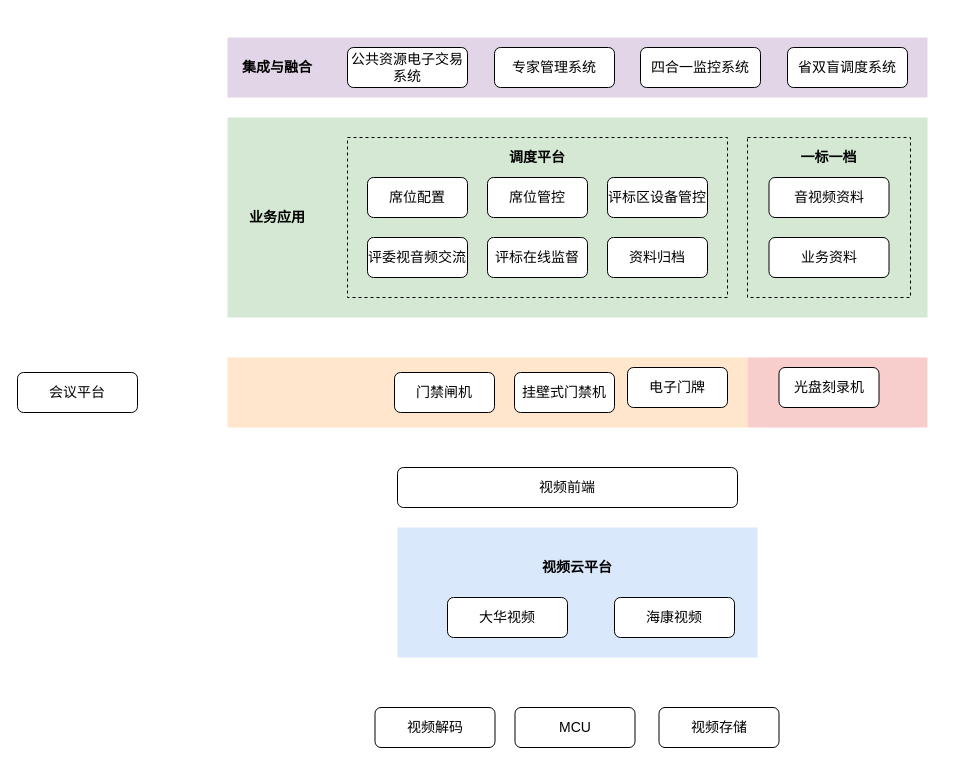
Above: 调度系统架构图.drawio in JaceLu/Docs (draw.io), before the change. Source tidied: cells renumbered, new cells numbered last; positions are measured from the earlier drawing's top-left corner, leaving out a move shared by most shapes. Both pictures are drawn from the tidied source at 100%, with x=0, y=0 at pixel (17, 37).
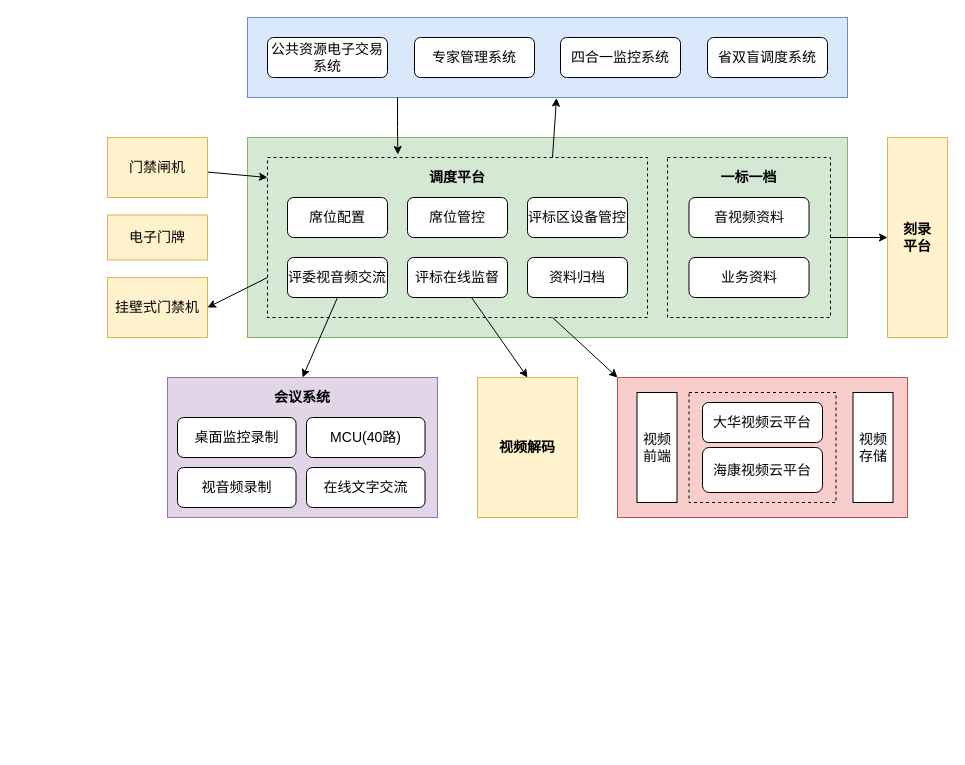
After the change.

Commit message:
更新调度系统架构图.drawio

Change to the diagram source:
```diff
@@
-    <mxCell id="2" style="rounded=0;whiteSpace=wrap;html=1;strokeColor=none;fillColor=#ffe6cc;" parent="1" vertex="1">
-      <mxGeometry x="210" y="320" width="520" height="70" as="geometry" />
-    </mxCell>
-    <mxCell id="3" style="rounded=0;whiteSpace=wrap;html=1;strokeColor=none;fillColor=#dae8fc;" parent="1" vertex="1">
-      <mxGeometry x="750" y="320" width="150" height="70" as="geometry" />
-    </mxCell>
-    <mxCell id="4" style="rounded=0;whiteSpace=wrap;html=1;strokeColor=none;fillColor=#f8cecc;" parent="1" vertex="1">
-      <mxGeometry x="730" y="320" width="180" height="70" as="geometry" />
-    </mxCell>
+    <mxCell id="38" style="rounded=0;whiteSpace=wrap;html=1;fillColor=#f8cecc;strokeColor=#b85450;" parent="1" vertex="1">
+      <mxGeometry x="600" y="340" width="290" height="140" as="geometry" />
+    </mxCell>
+    <mxCell id="39" style="rounded=0;whiteSpace=wrap;html=1;dashed=1;fillColor=none;" parent="1" vertex="1">
+      <mxGeometry x="671.5" y="355" width="147" height="110" as="geometry" />
+    </mxCell>
-    <mxCell id="5" style="rounded=0;whiteSpace=wrap;html=1;strokeColor=none;fillColor=#dae8fc;" parent="1" vertex="1">
-      <mxGeometry x="380" y="490" width="360" height="130" as="geometry" />
+    <mxCell id="5" style="rounded=0;whiteSpace=wrap;html=1;fillColor=#e1d5e7;strokeColor=#9673a6;" parent="1" vertex="1">
+      <mxGeometry x="150" y="340" width="270" height="140" as="geometry" />
     </mxCell>
-    <mxCell id="6" style="rounded=0;whiteSpace=wrap;html=1;strokeColor=none;fillColor=#d5e8d4;" parent="1" vertex="1">
-      <mxGeometry x="210" y="80" width="700" height="200" as="geometry" />
+    <mxCell id="6" style="rounded=0;whiteSpace=wrap;html=1;fillColor=#d5e8d4;strokeColor=#82b366;" parent="1" vertex="1">
+      <mxGeometry x="230" y="100" width="600" height="200" as="geometry" />
     </mxCell>
-    <mxCell id="7" style="rounded=0;whiteSpace=wrap;html=1;strokeColor=none;fillColor=#e1d5e7;" parent="1" vertex="1">
-      <mxGeometry x="210" width="700" height="60" as="geometry" />
+    <mxCell id="7" style="rounded=0;whiteSpace=wrap;html=1;fillColor=#dae8fc;strokeColor=#6c8ebf;" parent="1" vertex="1">
+      <mxGeometry x="230" y="-20" width="600" height="80" as="geometry" />
     </mxCell>
-    <mxCell id="8" value="集成与融合" style="text;html=1;align=center;verticalAlign=middle;whiteSpace=wrap;rounded=0;fontSize=14;fontStyle=1;" parent="1" vertex="1">
-      <mxGeometry x="210" y="15" width="100" height="30" as="geometry" />
-    </mxCell>
     <mxCell id="9" value="&lt;p class=&quot;MsoNormal&quot;&gt;&lt;span style=&quot;font-size: 10.5pt;&quot;&gt;公共资源电子交易系统&lt;/span&gt;&lt;/p&gt;" style="rounded=1;whiteSpace=wrap;html=1;fontFamily=Helvetica;flipH=0;" parent="1" vertex="1">
-      <mxGeometry x="330" y="10" width="120" height="40" as="geometry" />
+      <mxGeometry x="250" width="120" height="40" as="geometry" />
     </mxCell>
     <mxCell id="10" value="&lt;p class=&quot;MsoNormal&quot;&gt;&lt;span style=&quot;font-size: 10.5pt;&quot;&gt;专家管理系统&lt;/span&gt;&lt;/p&gt;" style="rounded=1;whiteSpace=wrap;html=1;fontFamily=Helvetica;flipH=0;" parent="1" vertex="1">
-      <mxGeometry x="477" y="10" width="120" height="40" as="geometry" />
+      <mxGeometry x="397" width="120" height="40" as="geometry" />
     </mxCell>
     <mxCell id="11" value="&lt;p class=&quot;MsoNormal&quot;&gt;&lt;span style=&quot;font-size: 10.5pt;&quot;&gt;四合一监控系统&lt;/span&gt;&lt;/p&gt;" style="rounded=1;whiteSpace=wrap;html=1;fontFamily=Helvetica;flipH=0;" parent="1" vertex="1">
-      <mxGeometry x="623" y="10" width="120" height="40" as="geometry" />
+      <mxGeometry x="543" width="120" height="40" as="geometry" />
     </mxCell>
     <mxCell id="12" value="&lt;p class=&quot;MsoNormal&quot;&gt;&lt;span style=&quot;font-size: 10.5pt;&quot;&gt;省双盲调度系统&lt;/span&gt;&lt;/p&gt;" style="rounded=1;whiteSpace=wrap;html=1;fontFamily=Helvetica;flipH=0;" parent="1" vertex="1">
-      <mxGeometry x="770" y="10" width="120" height="40" as="geometry" />
+      <mxGeometry x="690" width="120" height="40" as="geometry" />
     </mxCell>
-    <mxCell id="13" value="业务应用" style="text;html=1;align=center;verticalAlign=middle;whiteSpace=wrap;rounded=0;fontSize=14;fontStyle=1;" parent="1" vertex="1">
-      <mxGeometry x="210" y="165" width="100" height="30" as="geometry" />
-    </mxCell>
+    <mxCell id="40" style="rounded=0;jettySize=auto;html=1;exitX=0.75;exitY=1;exitDx=0;exitDy=0;entryX=0;entryY=0;entryDx=0;entryDy=0;" parent="1" edge="1" source="14" target="38">
+      <mxGeometry relative="1" as="geometry" />
+    </mxCell>
+    <mxCell id="41" style="rounded=0;jettySize=auto;html=1;exitX=0;exitY=0.75;exitDx=0;exitDy=0;entryX=1;entryY=0.5;entryDx=0;entryDy=0;" parent="1" edge="1" source="14" target="28">
+      <mxGeometry relative="1" as="geometry" />
+    </mxCell>
     <mxCell id="14" style="rounded=0;whiteSpace=wrap;html=1;dashed=1;fillColor=none;" parent="1" vertex="1">
-      <mxGeometry x="330" y="100" width="380" height="160" as="geometry" />
+      <mxGeometry x="250" y="120" width="380" height="160" as="geometry" />
     </mxCell>
+    <mxCell id="42" style="edgeStyle=orthogonalEdgeStyle;rounded=0;jettySize=auto;html=1;exitX=1;exitY=0.5;exitDx=0;exitDy=0;entryX=0;entryY=0.5;entryDx=0;entryDy=0;" parent="1" edge="1" source="15" target="51">
+      <mxGeometry relative="1" as="geometry" />
+    </mxCell>
     <mxCell id="15" style="rounded=0;whiteSpace=wrap;html=1;dashed=1;fillColor=none;" parent="1" vertex="1">
-      <mxGeometry x="730" y="100" width="163" height="160" as="geometry" />
+      <mxGeometry x="650" y="120" width="163" height="160" as="geometry" />
     </mxCell>
+    <mxCell id="43" style="rounded=0;jettySize=auto;html=1;exitX=0.75;exitY=0;exitDx=0;exitDy=0;entryX=0.515;entryY=1.007;entryDx=0;entryDy=0;entryPerimeter=0;" parent="1" edge="1" source="16" target="7">
+      <mxGeometry relative="1" as="geometry" />
+    </mxCell>
     <mxCell id="16" value="调度平台" style="text;html=1;align=center;verticalAlign=middle;whiteSpace=wrap;rounded=0;fontSize=14;fontStyle=1;" parent="1" vertex="1">
-      <mxGeometry x="330" y="100" width="380" height="40" as="geometry" />
+      <mxGeometry x="250" y="120" width="380" height="40" as="geometry" />
     </mxCell>
     <mxCell id="17" value="一标一档" style="text;html=1;align=center;verticalAlign=middle;whiteSpace=wrap;rounded=0;fontSize=14;fontStyle=1;" parent="1" vertex="1">
-      <mxGeometry x="730" y="100" width="163" height="40" as="geometry" />
+      <mxGeometry x="650" y="120" width="163" height="40" as="geometry" />
     </mxCell>
     <mxCell id="18" value="&lt;span style=&quot;font-size: 14px;&quot;&gt;音视频资料&lt;/span&gt;" style="rounded=1;whiteSpace=wrap;html=1;fontFamily=Helvetica;" parent="1" vertex="1">
-      <mxGeometry x="751.5" y="140" width="120" height="40" as="geometry" />
+      <mxGeometry x="671.5" y="160" width="120" height="40" as="geometry" />
     </mxCell>
     <mxCell id="19" value="&lt;span style=&quot;font-size: 14px;&quot;&gt;业务资料&lt;/span&gt;" style="rounded=1;whiteSpace=wrap;html=1;fontFamily=Helvetica;" parent="1" vertex="1">
-      <mxGeometry x="751.5" y="200" width="120" height="40" as="geometry" />
+      <mxGeometry x="671.5" y="220" width="120" height="40" as="geometry" />
     </mxCell>
     <mxCell id="20" value="&lt;span style=&quot;font-size: 14px;&quot;&gt;席位配置&lt;/span&gt;" style="rounded=1;whiteSpace=wrap;html=1;fontFamily=Helvetica;" parent="1" vertex="1">
-      <mxGeometry x="350" y="140" width="100" height="40" as="geometry" />
+      <mxGeometry x="270" y="160" width="100" height="40" as="geometry" />
     </mxCell>
     <mxCell id="21" value="&lt;span style=&quot;font-size: 14px;&quot;&gt;席位管控&lt;/span&gt;" style="rounded=1;whiteSpace=wrap;html=1;fontFamily=Helvetica;" parent="1" vertex="1">
-      <mxGeometry x="470" y="140" width="100" height="40" as="geometry" />
+      <mxGeometry x="390" y="160" width="100" height="40" as="geometry" />
     </mxCell>
     <mxCell id="22" value="&lt;span style=&quot;font-size: 14px;&quot;&gt;评标区设备管控&lt;/span&gt;" style="rounded=1;whiteSpace=wrap;html=1;fontFamily=Helvetica;" parent="1" vertex="1">
-      <mxGeometry x="590" y="140" width="100" height="40" as="geometry" />
+      <mxGeometry x="510" y="160" width="100" height="40" as="geometry" />
     </mxCell>
+    <mxCell id="44" style="rounded=0;jettySize=auto;html=1;exitX=0.5;exitY=1;exitDx=0;exitDy=0;entryX=0.5;entryY=0;entryDx=0;entryDy=0;" parent="1" edge="1" source="23" target="48">
+      <mxGeometry relative="1" as="geometry" />
+    </mxCell>
     <mxCell id="23" value="&lt;span style=&quot;font-size: 14px;&quot;&gt;评委视音频交流&lt;/span&gt;" style="rounded=1;whiteSpace=wrap;html=1;fontFamily=Helvetica;" parent="1" vertex="1">
-      <mxGeometry x="350" y="200" width="100" height="40" as="geometry" />
+      <mxGeometry x="270" y="220" width="100" height="40" as="geometry" />
     </mxCell>
+    <mxCell id="45" style="rounded=0;jettySize=auto;html=1;entryX=0.5;entryY=0;entryDx=0;entryDy=0;" parent="1" edge="1" source="24" target="34">
+      <mxGeometry relative="1" as="geometry" />
+    </mxCell>
     <mxCell id="24" value="&lt;span style=&quot;font-size: 14px;&quot;&gt;评标在线监督&lt;/span&gt;" style="rounded=1;whiteSpace=wrap;html=1;fontFamily=Helvetica;" parent="1" vertex="1">
-      <mxGeometry x="470" y="200" width="100" height="40" as="geometry" />
+      <mxGeometry x="390" y="220" width="100" height="40" as="geometry" />
     </mxCell>
     <mxCell id="25" value="&lt;span style=&quot;font-size: 14px;&quot;&gt;资料归档&lt;/span&gt;" style="rounded=1;whiteSpace=wrap;html=1;fontFamily=Helvetica;" parent="1" vertex="1">
-      <mxGeometry x="590" y="200" width="100" height="40" as="geometry" />
+      <mxGeometry x="510" y="220" width="100" height="40" as="geometry" />
     </mxCell>
-    <mxCell id="26" value="视频云平台" style="text;html=1;align=center;verticalAlign=middle;whiteSpace=wrap;rounded=0;fontSize=14;fontStyle=1;" parent="1" vertex="1">
-      <mxGeometry x="510" y="515" width="100" height="30" as="geometry" />
-    </mxCell>
+    <mxCell id="46" value="&lt;span style=&quot;font-size: 14px;&quot;&gt;海康视频云平台&lt;/span&gt;" style="rounded=1;whiteSpace=wrap;html=1;fontFamily=Helvetica;" parent="1" vertex="1">
+      <mxGeometry x="685" y="410" width="120" height="45" as="geometry" />
+    </mxCell>
+    <mxCell id="47" value="&lt;span style=&quot;font-size: 14px;&quot;&gt;桌面监控录制&lt;/span&gt;" style="rounded=1;whiteSpace=wrap;html=1;fontFamily=Helvetica;" parent="1" vertex="1">
+      <mxGeometry x="160" y="380" width="118.5" height="40" as="geometry" />
+    </mxCell>
+    <mxCell id="48" value="&lt;span style=&quot;&quot;&gt;会议系统&lt;/span&gt;" style="text;html=1;align=center;verticalAlign=middle;whiteSpace=wrap;rounded=0;fontSize=14;fontStyle=1;" parent="1" vertex="1">
+      <mxGeometry x="150" y="340" width="270" height="40" as="geometry" />
+    </mxCell>
+    <mxCell id="49" value="&lt;span style=&quot;font-size: 14px;&quot;&gt;大华视频云平台&lt;/span&gt;" style="rounded=1;whiteSpace=wrap;html=1;fontFamily=Helvetica;" parent="1" vertex="1">
+      <mxGeometry x="685" y="365" width="120" height="40" as="geometry" />
+    </mxCell>
+    <mxCell id="28" value="&lt;span style=&quot;font-size: 14px;&quot;&gt;挂壁式门禁机&lt;/span&gt;" style="rounded=0;whiteSpace=wrap;html=1;fillColor=#fff2cc;strokeColor=#d6b656;" parent="1" vertex="1">
+      <mxGeometry x="90" y="240" width="100" height="60" as="geometry" />
+    </mxCell>
+    <mxCell id="50" style="rounded=0;jettySize=auto;html=1;entryX=0;entryY=0.5;entryDx=0;entryDy=0;" parent="1" edge="1" source="27" target="16">
+      <mxGeometry relative="1" as="geometry" />
+    </mxCell>
-    <mxCell id="27" value="&lt;span style=&quot;font-size: 14px;&quot;&gt;门禁闸机&lt;/span&gt;" style="rounded=1;whiteSpace=wrap;html=1;fontFamily=Helvetica;" parent="1" vertex="1">
-      <mxGeometry x="377" y="335" width="100" height="40" as="geometry" />
+    <mxCell id="27" value="&lt;span style=&quot;font-size: 14px;&quot;&gt;门禁闸机&lt;/span&gt;" style="rounded=0;whiteSpace=wrap;html=1;fillColor=#fff2cc;strokeColor=#d6b656;" parent="1" vertex="1">
+      <mxGeometry x="90" y="100" width="100" height="60" as="geometry" />
     </mxCell>
-    <mxCell id="28" value="&lt;span style=&quot;font-size: 14px;&quot;&gt;挂壁式门禁机&lt;/span&gt;" style="rounded=1;whiteSpace=wrap;html=1;fontFamily=Helvetica;" parent="1" vertex="1">
-      <mxGeometry x="497" y="335" width="100" height="40" as="geometry" />
-    </mxCell>
-    <mxCell id="29" value="&lt;span style=&quot;font-size: 14px;&quot;&gt;大华视频&lt;/span&gt;" style="rounded=1;whiteSpace=wrap;html=1;fontFamily=Helvetica;" parent="1" vertex="1">
-      <mxGeometry x="430" y="560" width="120" height="40" as="geometry" />
-    </mxCell>
-    <mxCell id="30" value="&lt;span style=&quot;font-size: 14px;&quot;&gt;会议平台&lt;/span&gt;" style="rounded=1;whiteSpace=wrap;html=1;fontFamily=Helvetica;" parent="1" vertex="1">
-      <mxGeometry y="335" width="120" height="40" as="geometry" />
-    </mxCell>
+    <mxCell id="51" value="&lt;span style=&quot;font-size: 14px;&quot;&gt;刻录平台&lt;/span&gt;" style="rounded=0;whiteSpace=wrap;html=1;fillColor=#fff2cc;strokeColor=#d6b656;spacingLeft=10;spacingRight=10;fontSize=14;fontStyle=1;" parent="1" vertex="1">
+      <mxGeometry x="870" y="100" width="60" height="200" as="geometry" />
+    </mxCell>
+    <mxCell id="33" value="&lt;span style=&quot;font-size: 14px;&quot;&gt;视频前端&lt;/span&gt;" style="rounded=0;whiteSpace=wrap;html=1;" parent="1" vertex="1">
+      <mxGeometry x="619.5" y="355" width="40" height="110" as="geometry" />
+    </mxCell>
-    <mxCell id="31" value="&lt;span style=&quot;font-size: 14px;&quot;&gt;电子门牌&lt;/span&gt;" style="rounded=1;whiteSpace=wrap;html=1;fontFamily=Helvetica;" parent="1" vertex="1">
-      <mxGeometry x="610" y="330" width="100" height="40" as="geometry" />
+    <mxCell id="31" value="&lt;span style=&quot;font-size: 14px;&quot;&gt;电子门牌&lt;/span&gt;" style="rounded=0;whiteSpace=wrap;html=1;fillColor=#fff2cc;strokeColor=#d6b656;" parent="1" vertex="1">
+      <mxGeometry x="90" y="177.5" width="100" height="45" as="geometry" />
     </mxCell>
-    <mxCell id="32" value="&lt;span style=&quot;font-size: 14px;&quot;&gt;光盘刻录机&lt;/span&gt;" style="rounded=1;whiteSpace=wrap;html=1;fontFamily=Helvetica;" parent="1" vertex="1">
-      <mxGeometry x="761.5" y="330" width="100" height="40" as="geometry" />
-    </mxCell>
-    <mxCell id="33" value="&lt;span style=&quot;font-size: 14px;&quot;&gt;视频前端&lt;/span&gt;" style="rounded=1;whiteSpace=wrap;html=1;fontFamily=Helvetica;" parent="1" vertex="1">
-      <mxGeometry x="380" y="430" width="340" height="40" as="geometry" />
-    </mxCell>
+    <mxCell id="52" value="&lt;span style=&quot;font-size: 14px;&quot;&gt;MCU(40路)&lt;/span&gt;" style="rounded=1;whiteSpace=wrap;html=1;fontFamily=Helvetica;" parent="1" vertex="1">
+      <mxGeometry x="289" y="380" width="118.5" height="40" as="geometry" />
+    </mxCell>
+    <mxCell id="53" value="&lt;span style=&quot;font-size: 14px;&quot;&gt;视音频录制&lt;/span&gt;" style="rounded=1;whiteSpace=wrap;html=1;fontFamily=Helvetica;" parent="1" vertex="1">
+      <mxGeometry x="160" y="430" width="118.5" height="40" as="geometry" />
+    </mxCell>
+    <mxCell id="54" value="&lt;span style=&quot;font-size: 14px;&quot;&gt;在线文字交流&lt;/span&gt;" style="rounded=1;whiteSpace=wrap;html=1;fontFamily=Helvetica;" parent="1" vertex="1">
+      <mxGeometry x="289" y="430" width="118.5" height="40" as="geometry" />
+    </mxCell>
-    <mxCell id="34" value="&lt;span style=&quot;font-size: 14px;&quot;&gt;视频解码&lt;/span&gt;" style="rounded=1;whiteSpace=wrap;html=1;fontFamily=Helvetica;" parent="1" vertex="1">
-      <mxGeometry x="357.5" y="670" width="120" height="40" as="geometry" />
+    <mxCell id="34" value="&lt;span style=&quot;font-size: 14px;&quot;&gt;视频解码&lt;/span&gt;" style="rounded=0;whiteSpace=wrap;html=1;fillColor=#fff2cc;strokeColor=#d6b656;fontStyle=1;fontSize=14;" parent="1" vertex="1">
+      <mxGeometry x="460" y="340" width="100" height="140" as="geometry" />
     </mxCell>
-    <mxCell id="35" value="&lt;span style=&quot;font-size: 14px;&quot;&gt;海康视频&lt;/span&gt;" style="rounded=1;whiteSpace=wrap;html=1;fontFamily=Helvetica;" parent="1" vertex="1">
-      <mxGeometry x="597" y="560" width="120" height="40" as="geometry" />
-    </mxCell>
-    <mxCell id="36" value="&lt;span style=&quot;font-size: 14px;&quot;&gt;视频存储&lt;/span&gt;" style="rounded=1;whiteSpace=wrap;html=1;fontFamily=Helvetica;" parent="1" vertex="1">
-      <mxGeometry x="641.5" y="670" width="120" height="40" as="geometry" />
+    <mxCell id="36" value="&lt;span style=&quot;font-size: 14px;&quot;&gt;视频存储&lt;/span&gt;" style="rounded=0;whiteSpace=wrap;html=1;" parent="1" vertex="1">
+      <mxGeometry x="835.5" y="355" width="40" height="110" as="geometry" />
     </mxCell>
-    <mxCell id="37" value="&lt;span style=&quot;font-size: 14px;&quot;&gt;MCU&lt;/span&gt;" style="rounded=1;whiteSpace=wrap;html=1;fontFamily=Helvetica;" parent="1" vertex="1">
-      <mxGeometry x="497.5" y="670" width="120" height="40" as="geometry" />
-    </mxCell>
+    <mxCell id="55" style="edgeStyle=orthogonalEdgeStyle;rounded=0;jettySize=auto;html=1;exitX=0.25;exitY=1;exitDx=0;exitDy=0;entryX=0.343;entryY=-0.075;entryDx=0;entryDy=0;entryPerimeter=0;shadow=0;" parent="1" edge="1" source="7" target="16">
+      <mxGeometry relative="1" as="geometry" />
+    </mxCell>
```
